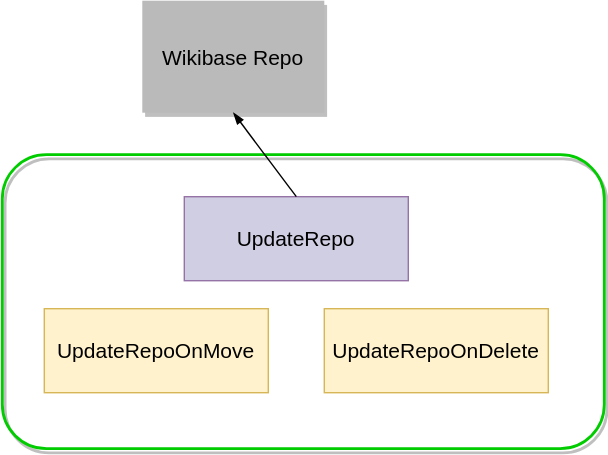
The draw.io diagram systems/WikibaseClient/diagrams/05-linkedsitepagechanges.drawio.svg in wmde/wikidata-wikibase-architecture, before a commit. Source tidied: cells renumbered, new cells last; positions are measured from the earlier drawing's top-left corner, leaving out a move shared by most shapes.
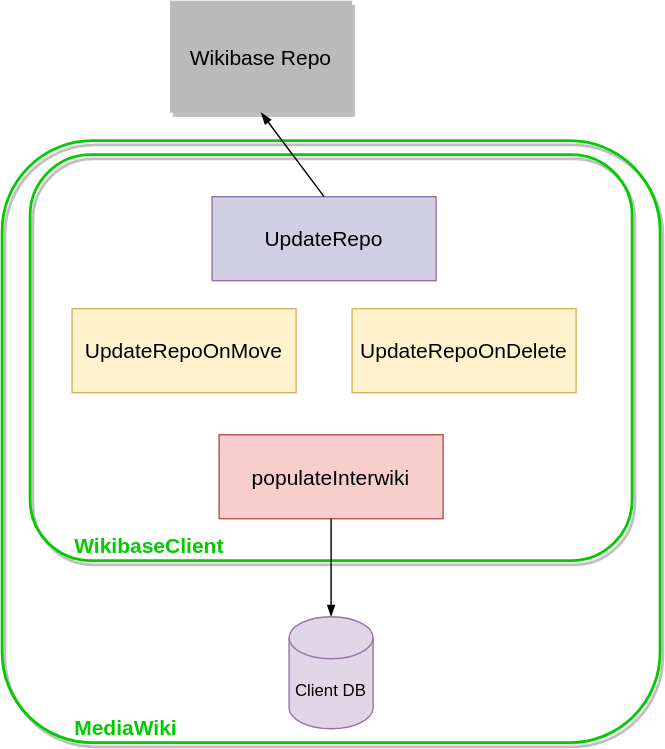
After the change.

Commit message:
Add maintenance script to Client Building Blocks

The edit, as a diff of the source:
```diff
@@ -2,6 +2,12 @@
   <root>
     <mxCell id="0" />
     <mxCell id="1" parent="0" />
+    <mxCell id="8" value="&#10;MediaWiki" style="rounded=1;shadow=1;fontSize=15;fillColor=none;strokeColor=#00CC00;strokeWidth=2;fontColor=#00CC00;fontStyle=1;labelBorderColor=none;labelBackgroundColor=none;horizontal=1;verticalAlign=bottom;align=left;spacingLeft=50;" parent="1" vertex="1">
+      <mxGeometry x="-20" y="100" width="470" height="430" as="geometry" />
+    </mxCell>
+    <mxCell id="6" value="WikibaseClient" style="rounded=1;shadow=1;fontSize=15;fillColor=none;strokeColor=#00CC00;strokeWidth=2;fontColor=#00CC00;fontStyle=1;labelBorderColor=none;labelBackgroundColor=none;horizontal=1;verticalAlign=bottom;align=left;spacingLeft=30;" parent="1" vertex="1">
+      <mxGeometry y="110" width="430" height="290" as="geometry" />
+    </mxCell>
     <mxCell id="2" value="UpdateRepoOnMove" style="whiteSpace=wrap;html=1;fillColor=#fff2cc;strokeColor=#d6b656;fontSize=15;fontStyle=0;" parent="1" vertex="1">
       <mxGeometry x="30" y="220" width="160" height="60" as="geometry" />
     </mxCell>
@@ -14,13 +20,19 @@
     <mxCell id="5" value="Wikibase Repo" style="rounded=0;shadow=1;fontSize=15;fontColor=#000000;strokeColor=none;direction=west;fillColor=#BABABA;" parent="1" vertex="1">
       <mxGeometry x="100" width="130" height="80" as="geometry" />
     </mxCell>
-    <mxCell id="6" style="rounded=1;shadow=1;fontSize=15;fillColor=none;strokeColor=#00CC00;strokeWidth=2;fontColor=#00CC00;fontStyle=1;labelBorderColor=none;labelBackgroundColor=none;horizontal=1;verticalAlign=top;" parent="1" vertex="1">
-      <mxGeometry y="110" width="430" height="210" as="geometry" />
-    </mxCell>
     <mxCell id="7" style="endArrow=blockThin;html=1;strokeColor=#000000;fontSize=10;fontColor=#000000;strokeWidth=1;endFill=1;entryX=0.5;entryY=0;entryDx=0;entryDy=0;exitX=0.25;exitY=1;exitDx=0;exitDy=0;" parent="1" edge="1" target="5">
       <mxGeometry relative="1" as="geometry">
         <mxPoint x="210" y="140" as="sourcePoint" />
       </mxGeometry>
     </mxCell>
+    <mxCell id="9" value="populateInterwiki" style="fillColor=#f8cecc;strokeColor=#b85450;fontSize=15;fontStyle=0;" parent="1" vertex="1">
+      <mxGeometry x="135" y="310" width="160" height="60" as="geometry" />
+    </mxCell>
+    <mxCell id="10" style="endArrow=blockThin;html=1;strokeColor=#000000;fontSize=10;fontColor=#000000;strokeWidth=1;endFill=1;entryX=0.5;entryY=0;entryDx=0;entryDy=0;entryPerimeter=0;" parent="1" edge="1" source="9" target="11">
+      <mxGeometry relative="1" as="geometry" />
+    </mxCell>
+    <mxCell id="11" value="Client DB" style="shape=cylinder3;whiteSpace=wrap;html=1;boundedLbl=1;backgroundOutline=1;size=15;fillColor=#E1D5E7;strokeColor=#9673A6;" parent="1" vertex="1">
+      <mxGeometry x="185" y="440" width="60" height="80" as="geometry" />
+    </mxCell>
   </root>
 </mxGraphModel>
```
